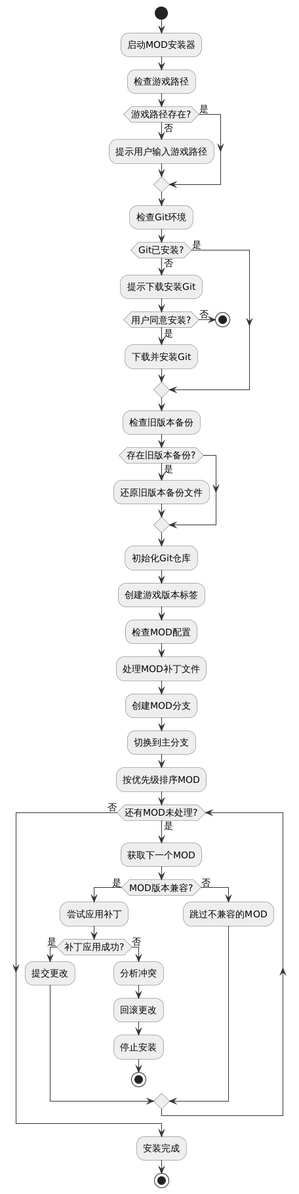
This is src/assets/install.png from liwenhao0427/sultans-game-mod-git-manager, a PlantUML export, as it was before one commit.
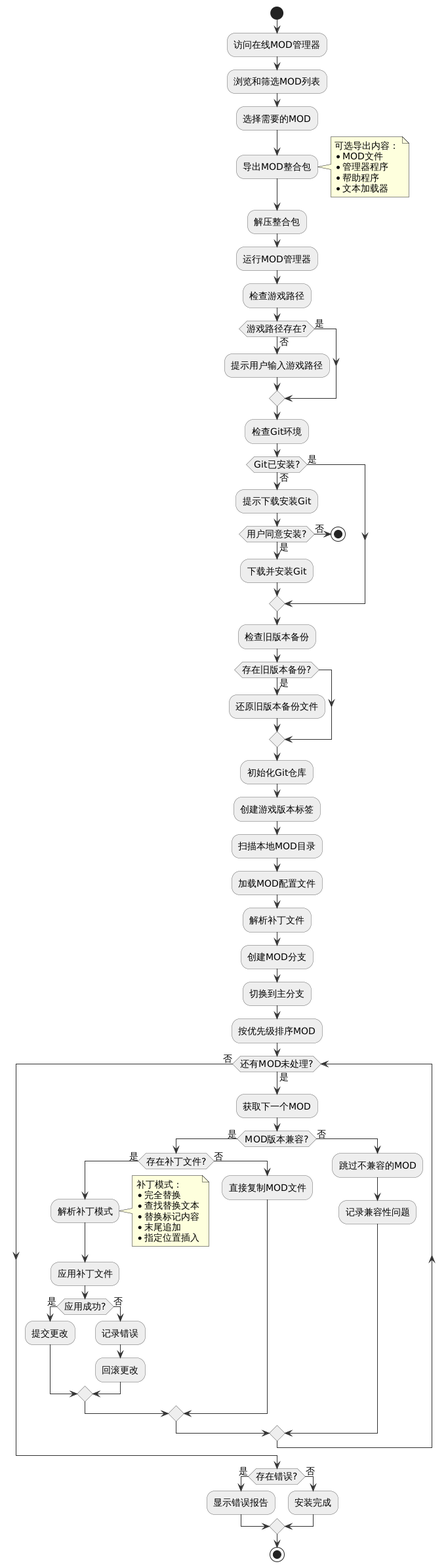
The same file after the commit.

Commit message:
chroe: 一些ReadMe更新

Change to the diagram source:
```diff
@@ -8,7 +8,22 @@
 skinparam activityBackgroundColor #EEEEEE
 
 start
-:启动MOD安装器;
+:访问在线MOD管理器;
+
+:浏览和筛选MOD列表;
+:选择需要的MOD;
+
+:导出MOD整合包;
+note right
+  可选导出内容：
+  * MOD文件
+  * 管理器程序
+  * 帮助程序
+  * 文本加载器
+end note
+
+:解压整合包;
+:运行MOD管理器;
 
 :检查游戏路径;
 if (游戏路径存在?) then (是)
@@ -35,8 +50,9 @@
 :初始化Git仓库;
 :创建游戏版本标签;
 
-:检查MOD配置;
-:处理MOD补丁文件;
+:扫描本地MOD目录;
+:加载MOD配置文件;
+:解析补丁文件;
 
 :创建MOD分支;
 :切换到主分支;
@@ -47,20 +63,37 @@
   :获取下一个MOD;
 
   if (MOD版本兼容?) then (是)
-    :尝试应用补丁;
-    if (补丁应用成功?) then (是)
-      :提交更改;
+    if (存在补丁文件?) then (是)
+      :解析补丁模式;
+      note right
+        补丁模式：
+        * 完全替换
+        * 查找替换文本
+        * 替换标记内容
+        * 末尾追加
+        * 指定位置插入
+      end note
+      :应用补丁文件;
+      if (应用成功?) then (是)
+        :提交更改;
+      else (否)
+        :记录错误;
+        :回滚更改;
+      endif
     else (否)
-      :分析冲突;
-      :回滚更改;
-      :停止安装;
-      stop
+      :直接复制MOD文件;
     endif
   else (否)
     :跳过不兼容的MOD;
+    :记录兼容性问题;
   endif
 endwhile (否)
 
-:安装完成;
+if (存在错误?) then (是)
+  :显示错误报告;
+else (否)
+  :安装完成;
+endif
+
 stop
 @enduml
```
